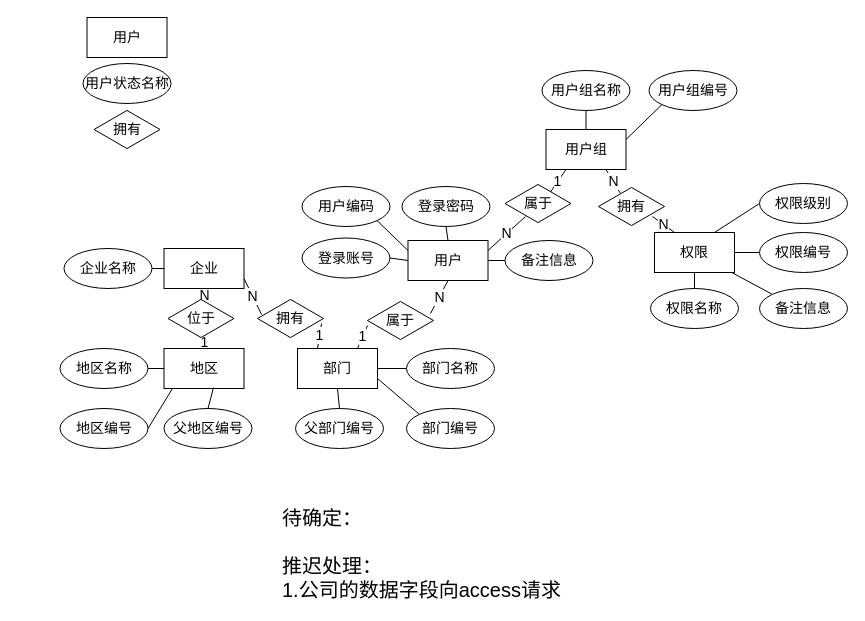
Earlier version of the draw.io diagram page "第 1 页" (1 of 2) of CDRS/DB-design.drawio (waterwatermelon/graph). Source tidied: cells renumbered, new cells numbered last; positions are measured from the earlier drawing's top-left corner, leaving out a move shared by most shapes. Both pictures are drawn from the tidied source at 100%, with x=0, y=0 at pixel (60, 17).
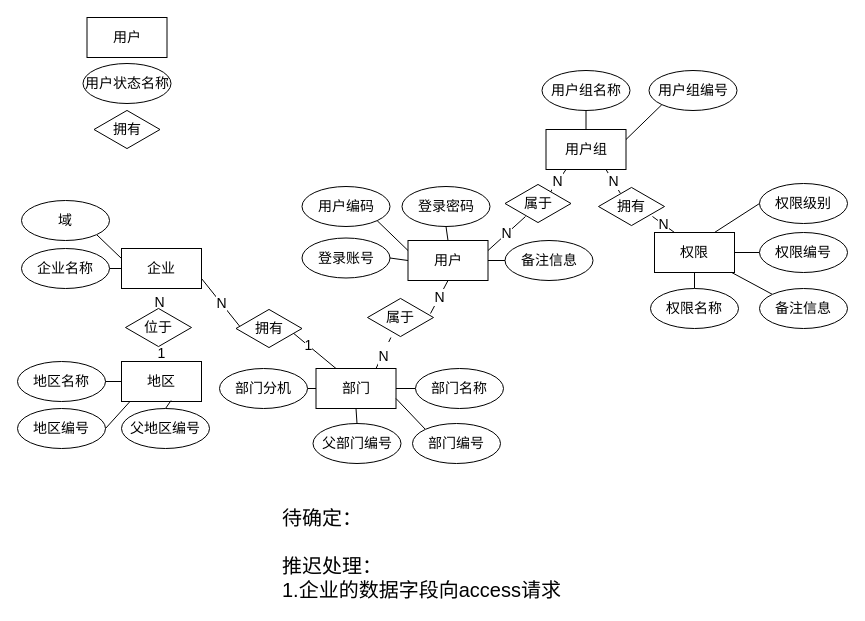
After the change.

Unchanged cells that the change refers to:
```xml
<mxCell id="16" value="用户组" style="rounded=0;whiteSpace=wrap;html=1;fontSize=14;" parent="1" vertex="1">
  <mxGeometry x="485.5" y="112" width="80" height="40" as="geometry" />
</mxCell>
<mxCell id="57" value="属于" style="html=1;whiteSpace=wrap;shape=isoRectangle;fontSize=14;" parent="1" vertex="1">
  <mxGeometry x="444.5" y="166" width="66" height="40" as="geometry" />
</mxCell>
```

What changed in the source:
```diff
@@
-    <mxCell id="14" value="1" style="edgeStyle=none;rounded=0;jettySize=auto;html=1;exitX=0.25;exitY=1;exitDx=0;exitDy=0;entryX=0.674;entryY=0.25;entryDx=0;entryDy=0;entryPerimeter=0;startArrow=none;startFill=0;endArrow=none;endFill=0;fontSize=14;" parent="1" edge="1" source="16" target="57">
+    <mxCell id="14" value="N" style="edgeStyle=none;rounded=0;jettySize=auto;html=1;exitX=0.25;exitY=1;exitDx=0;exitDy=0;entryX=0.674;entryY=0.25;entryDx=0;entryDy=0;entryPerimeter=0;startArrow=none;startFill=0;endArrow=none;endFill=0;fontSize=14;" parent="1" edge="1" source="16" target="57">
       <mxGeometry relative="1" as="geometry" />
     </mxCell>
@@
     <mxCell id="33" value="地区" style="rounded=0;whiteSpace=wrap;html=1;fontSize=14;" parent="1" vertex="1">
-      <mxGeometry x="103.5" y="331" width="80" height="40" as="geometry" />
+      <mxGeometry x="61" y="344" width="80" height="40" as="geometry" />
     </mxCell>
     <mxCell id="34" value="地区名称" style="ellipse;whiteSpace=wrap;html=1;fontSize=14;" parent="1" vertex="1">
-      <mxGeometry x="-0.5" y="331" width="88" height="40" as="geometry" />
+      <mxGeometry x="-43" y="344" width="88" height="40" as="geometry" />
     </mxCell>
@@
     <mxCell id="36" value="地区编号" style="ellipse;whiteSpace=wrap;html=1;fontSize=14;" parent="1" vertex="1">
-      <mxGeometry x="-0.5" y="391" width="88" height="40" as="geometry" />
+      <mxGeometry x="-43" y="391" width="88" height="40" as="geometry" />
     </mxCell>
-    <mxCell id="37" value="1" style="edgeStyle=none;rounded=0;jettySize=auto;html=1;exitX=0.25;exitY=0;exitDx=0;exitDy=0;entryX=0.97;entryY=0.625;entryDx=0;entryDy=0;entryPerimeter=0;startArrow=none;startFill=0;endArrow=none;endFill=0;fontSize=14;" parent="1" edge="1" source="39" target="55">
-      <mxGeometry relative="1" as="geometry" />
+    <mxCell id="37" value="1" style="edgeStyle=none;rounded=0;jettySize=auto;html=1;exitX=0.25;exitY=0;exitDx=0;exitDy=0;entryX=0.97;entryY=0.625;entryDx=0;entryDy=0;entryPerimeter=0;startArrow=none;startFill=0;endArrow=none;endFill=0;fontSize=14;" parent="1" edge="1" source="39">
+      <mxGeometry relative="1" as="geometry">
+        <mxPoint x="220" y="305" as="targetPoint" />
+      </mxGeometry>
     </mxCell>
-    <mxCell id="38" value="1" style="edgeStyle=none;rounded=0;jettySize=auto;html=1;exitX=0.75;exitY=0;exitDx=0;exitDy=0;entryX=0;entryY=0.625;entryDx=0;entryDy=0;entryPerimeter=0;startArrow=none;startFill=0;endArrow=none;endFill=0;fontSize=14;" parent="1" edge="1" source="39" target="56">
+    <mxCell id="38" value="&lt;font style=&quot;font-size: 14px&quot;&gt;N&lt;/font&gt;" style="edgeStyle=none;rounded=0;jettySize=auto;html=1;exitX=0.75;exitY=0;exitDx=0;exitDy=0;startArrow=none;startFill=0;endArrow=none;endFill=0;fontSize=20;" parent="1" edge="1" source="39" target="56">
       <mxGeometry relative="1" as="geometry" />
     </mxCell>
     <mxCell id="39" value="部门" style="rounded=0;whiteSpace=wrap;html=1;fontSize=14;" parent="1" vertex="1">
-      <mxGeometry x="237" y="331" width="80" height="40" as="geometry" />
+      <mxGeometry x="255.5" y="351" width="80" height="40" as="geometry" />
     </mxCell>
@@
     <mxCell id="41" value="部门名称" style="ellipse;whiteSpace=wrap;html=1;fontSize=14;" parent="1" vertex="1">
-      <mxGeometry x="346" y="331" width="88" height="40" as="geometry" />
+      <mxGeometry x="355" y="351" width="88" height="40" as="geometry" />
     </mxCell>
@@
     <mxCell id="43" value="部门编号" style="ellipse;whiteSpace=wrap;html=1;fontSize=14;" parent="1" vertex="1">
-      <mxGeometry x="346" y="391" width="88" height="40" as="geometry" />
+      <mxGeometry x="352" y="406" width="88" height="40" as="geometry" />
     </mxCell>
@@
     <mxCell id="45" value="父部门编号" style="ellipse;whiteSpace=wrap;html=1;fontSize=14;" parent="1" vertex="1">
-      <mxGeometry x="235" y="391" width="88" height="40" as="geometry" />
+      <mxGeometry x="252.5" y="406" width="88" height="40" as="geometry" />
     </mxCell>
@@
     <mxCell id="47" value="父地区编号" style="ellipse;whiteSpace=wrap;html=1;fontSize=14;" parent="1" vertex="1">
-      <mxGeometry x="103.5" y="391" width="88" height="40" as="geometry" />
+      <mxGeometry x="61" y="391" width="88" height="40" as="geometry" />
     </mxCell>
-    <mxCell id="48" value="&lt;font style=&quot;font-size: 20px;&quot;&gt;待确定：&lt;br style=&quot;font-size: 20px;&quot;&gt;&lt;br style=&quot;font-size: 20px;&quot;&gt;推迟处理：&lt;br style=&quot;font-size: 20px;&quot;&gt;1.公司的数据字段向access请求&lt;/font&gt;" style="text;html=1;align=left;verticalAlign=top;spacingTop=-4;fontSize=20;" parent="1" vertex="1">
-      <mxGeometry x="220" y="486" width="280" height="70" as="geometry" />
+    <mxCell id="48" value="&lt;font style=&quot;font-size: 20px&quot;&gt;待确定：&lt;br style=&quot;font-size: 20px&quot;&gt;&lt;br style=&quot;font-size: 20px&quot;&gt;推迟处理：&lt;br style=&quot;font-size: 20px&quot;&gt;1.企业的数据字段向access请求&lt;/font&gt;" style="text;html=1;align=left;verticalAlign=top;spacingTop=-4;fontSize=20;" parent="1" vertex="1">
+      <mxGeometry x="220" y="486" width="290" height="100" as="geometry" />
     </mxCell>
+    <mxCell id="50" value="N" style="edgeStyle=none;rounded=0;jettySize=auto;html=1;exitX=1;exitY=0.75;exitDx=0;exitDy=0;entryX=0.083;entryY=0.5;entryDx=0;entryDy=0;entryPerimeter=0;startArrow=none;startFill=0;endArrow=none;endFill=0;fontSize=14;" parent="1" edge="1" source="51" target="55">
+      <mxGeometry relative="1" as="geometry" />
+    </mxCell>
-    <mxCell id="49" value="N" style="edgeStyle=orthogonalEdgeStyle;rounded=0;jettySize=auto;html=1;exitX=0.5;exitY=1;exitDx=0;exitDy=0;entryX=0.553;entryY=0.075;entryDx=0;entryDy=0;entryPerimeter=0;startArrow=none;startFill=0;endArrow=none;endFill=0;fontSize=14;" parent="1" edge="1" source="51" target="54">
+    <mxCell id="49" value="&lt;font&gt;&lt;font style=&quot;font-size: 14px&quot;&gt;N&lt;/font&gt;&lt;br&gt;&lt;/font&gt;" style="edgeStyle=none;rounded=0;jettySize=auto;html=1;exitX=0.5;exitY=1;exitDx=0;exitDy=0;entryX=0.485;entryY=0.075;entryDx=0;entryDy=0;entryPerimeter=0;startArrow=none;startFill=0;endArrow=none;endFill=0;fontSize=20;" parent="1" edge="1" source="51" target="54">
       <mxGeometry relative="1" as="geometry" />
     </mxCell>
-    <mxCell id="50" value="N" style="edgeStyle=none;rounded=0;jettySize=auto;html=1;exitX=1;exitY=0.75;exitDx=0;exitDy=0;entryX=0.061;entryY=0.4;entryDx=0;entryDy=0;entryPerimeter=0;startArrow=none;startFill=0;endArrow=none;endFill=0;fontSize=14;" parent="1" edge="1" source="51" target="55">
-      <mxGeometry relative="1" as="geometry" />
-    </mxCell>
     <mxCell id="51" value="企业" style="rounded=0;whiteSpace=wrap;html=1;fontSize=14;" parent="1" vertex="1">
-      <mxGeometry x="103.5" y="231" width="80" height="40" as="geometry" />
+      <mxGeometry x="61" y="231" width="80" height="40" as="geometry" />
     </mxCell>
@@
     <mxCell id="53" value="企业名称" style="ellipse;whiteSpace=wrap;html=1;fontSize=14;" parent="1" vertex="1">
-      <mxGeometry x="3.5" y="231" width="88" height="40" as="geometry" />
+      <mxGeometry x="-39" y="231" width="88" height="40" as="geometry" />
     </mxCell>
     <mxCell id="54" value="位于" style="html=1;whiteSpace=wrap;shape=isoRectangle;fontSize=14;" parent="1" vertex="1">
-      <mxGeometry x="107.5" y="281" width="66" height="40" as="geometry" />
+      <mxGeometry x="65" y="290" width="66" height="40" as="geometry" />
     </mxCell>
     <mxCell id="55" value="拥有" style="html=1;whiteSpace=wrap;shape=isoRectangle;fontSize=14;" parent="1" vertex="1">
-      <mxGeometry x="197" y="281" width="66" height="40" as="geometry" />
+      <mxGeometry x="175.5" y="291" width="66" height="40" as="geometry" />
     </mxCell>
     <mxCell id="56" value="属于" style="html=1;whiteSpace=wrap;shape=isoRectangle;fontSize=14;" parent="1" vertex="1">
-      <mxGeometry x="307" y="283" width="66" height="40" as="geometry" />
+      <mxGeometry x="307" y="280" width="66" height="40" as="geometry" />
     </mxCell>
@@
+    <mxCell id="61" style="rounded=0;jettySize=auto;html=1;exitX=1;exitY=1;exitDx=0;exitDy=0;entryX=0;entryY=0.25;entryDx=0;entryDy=0;startArrow=none;startFill=0;endArrow=none;endFill=0;fontSize=20;" parent="1" edge="1" source="62" target="51">
+      <mxGeometry relative="1" as="geometry" />
+    </mxCell>
+    <mxCell id="62" value="域" style="ellipse;whiteSpace=wrap;html=1;fontSize=14;" parent="1" vertex="1">
+      <mxGeometry x="-39" y="183" width="88" height="40" as="geometry" />
+    </mxCell>
+    <mxCell id="63" style="edgeStyle=none;rounded=0;jettySize=auto;html=1;exitX=1;exitY=0.5;exitDx=0;exitDy=0;entryX=0;entryY=0.5;entryDx=0;entryDy=0;startArrow=none;startFill=0;endArrow=none;endFill=0;fontSize=20;" parent="1" edge="1" source="64" target="39">
+      <mxGeometry relative="1" as="geometry" />
+    </mxCell>
+    <mxCell id="64" value="部门分机" style="ellipse;whiteSpace=wrap;html=1;fontSize=14;" parent="1" vertex="1">
+      <mxGeometry x="159" y="351" width="88" height="40" as="geometry" />
+    </mxCell>
```
